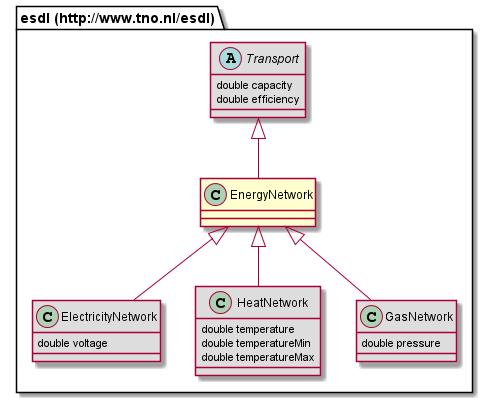
EnergyTransition/energytransition.github.io keeps this PlantUML diagram as 687474703a2f2f7777772e746e6f2e6e6c2f6573646c/EnergyNetwork.png. Above is the earlier version.
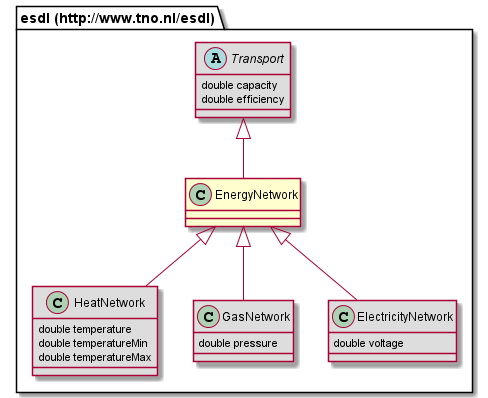
The same file after the commit.

Diff of the diagram source:
```diff
@@ -1,23 +1,23 @@
 @startuml
 class "esdl (http://www.tno.nl/esdl).EnergyNetwork" [[#router/doc-content/687474703a2f2f7777772e746e6f2e6e6c2f6573646c/EnergyNetwork.html{Defines an energy network. }]] {
-}
-class "esdl (http://www.tno.nl/esdl).ElectricityNetwork" [[#router/doc-content/687474703a2f2f7777772e746e6f2e6e6c2f6573646c/ElectricityNetwork.html{Describes an complete Electricty network, without detailing the complete topology. }]] #DDDDDD {
-	double voltage
 }
 class "esdl (http://www.tno.nl/esdl).HeatNetwork" [[#router/doc-content/687474703a2f2f7777772e746e6f2e6e6c2f6573646c/HeatNetwork.html{Describes an complete heat network, without detailing the complete topology. }]] #DDDDDD {
 	double temperature
 	double temperatureMin
 	double temperatureMax
 }
+class "esdl (http://www.tno.nl/esdl).GasNetwork" [[#router/doc-content/687474703a2f2f7777772e746e6f2e6e6c2f6573646c/GasNetwork.html{Describes an complete gas network, without detailing the complete topology. }]] #DDDDDD {
+	double pressure
+}
 abstract class "esdl (http://www.tno.nl/esdl).Transport" [[#router/doc-content/687474703a2f2f7777772e746e6f2e6e6c2f6573646c/Transport.html{An abstract class that describes EnergyAssets that can transport energy. }]] #DDDDDD {
 	double capacity
 	double efficiency
 }
-class "esdl (http://www.tno.nl/esdl).GasNetwork" [[#router/doc-content/687474703a2f2f7777772e746e6f2e6e6c2f6573646c/GasNetwork.html{Describes an complete gas network, without detailing the complete topology. }]] #DDDDDD {
-	double pressure
+class "esdl (http://www.tno.nl/esdl).ElectricityNetwork" [[#router/doc-content/687474703a2f2f7777772e746e6f2e6e6c2f6573646c/ElectricityNetwork.html{Describes an complete Electricty network, without detailing the complete topology. }]] #DDDDDD {
+	double voltage
 }
-"esdl (http://www.tno.nl/esdl).EnergyNetwork" <|-- "esdl (http://www.tno.nl/esdl).ElectricityNetwork"
-"esdl (http://www.tno.nl/esdl).Transport" <|-- "esdl (http://www.tno.nl/esdl).EnergyNetwork"
 "esdl (http://www.tno.nl/esdl).EnergyNetwork" <|-- "esdl (http://www.tno.nl/esdl).HeatNetwork"
 "esdl (http://www.tno.nl/esdl).EnergyNetwork" <|-- "esdl (http://www.tno.nl/esdl).GasNetwork"
+"esdl (http://www.tno.nl/esdl).Transport" <|-- "esdl (http://www.tno.nl/esdl).EnergyNetwork"
+"esdl (http://www.tno.nl/esdl).EnergyNetwork" <|-- "esdl (http://www.tno.nl/esdl).ElectricityNetwork"
 @enduml
```
